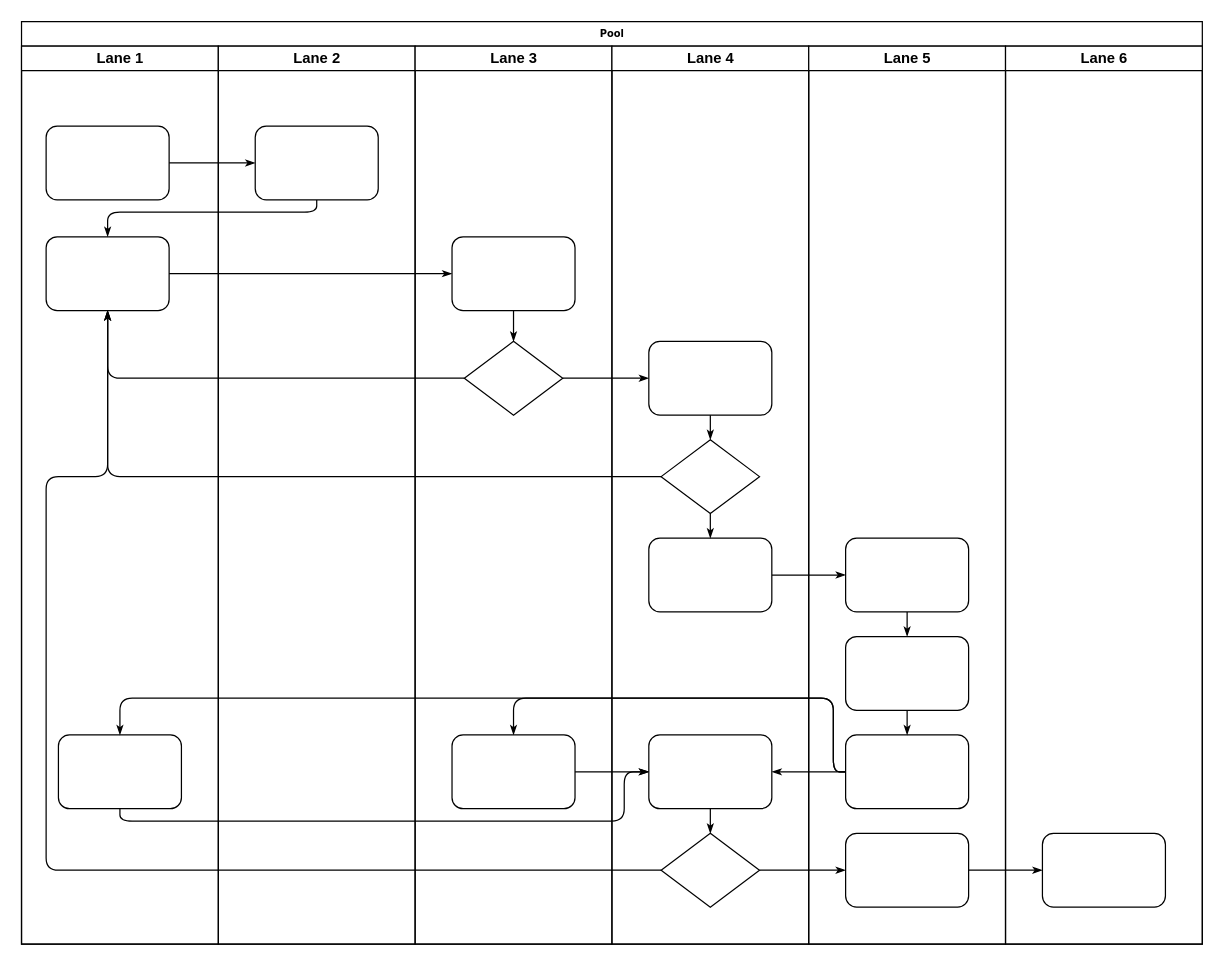
lihongliang1989/diagram keeps this draw.io diagram as 以旧换新.drawio. Above is the earlier version. Source tidied: cells renumbered, new cells numbered last; positions are measured from the earlier drawing's top-left corner, leaving out a move shared by most shapes. Both pictures are drawn from the tidied source at 123%, with x=0, y=0 at pixel (21, 21).
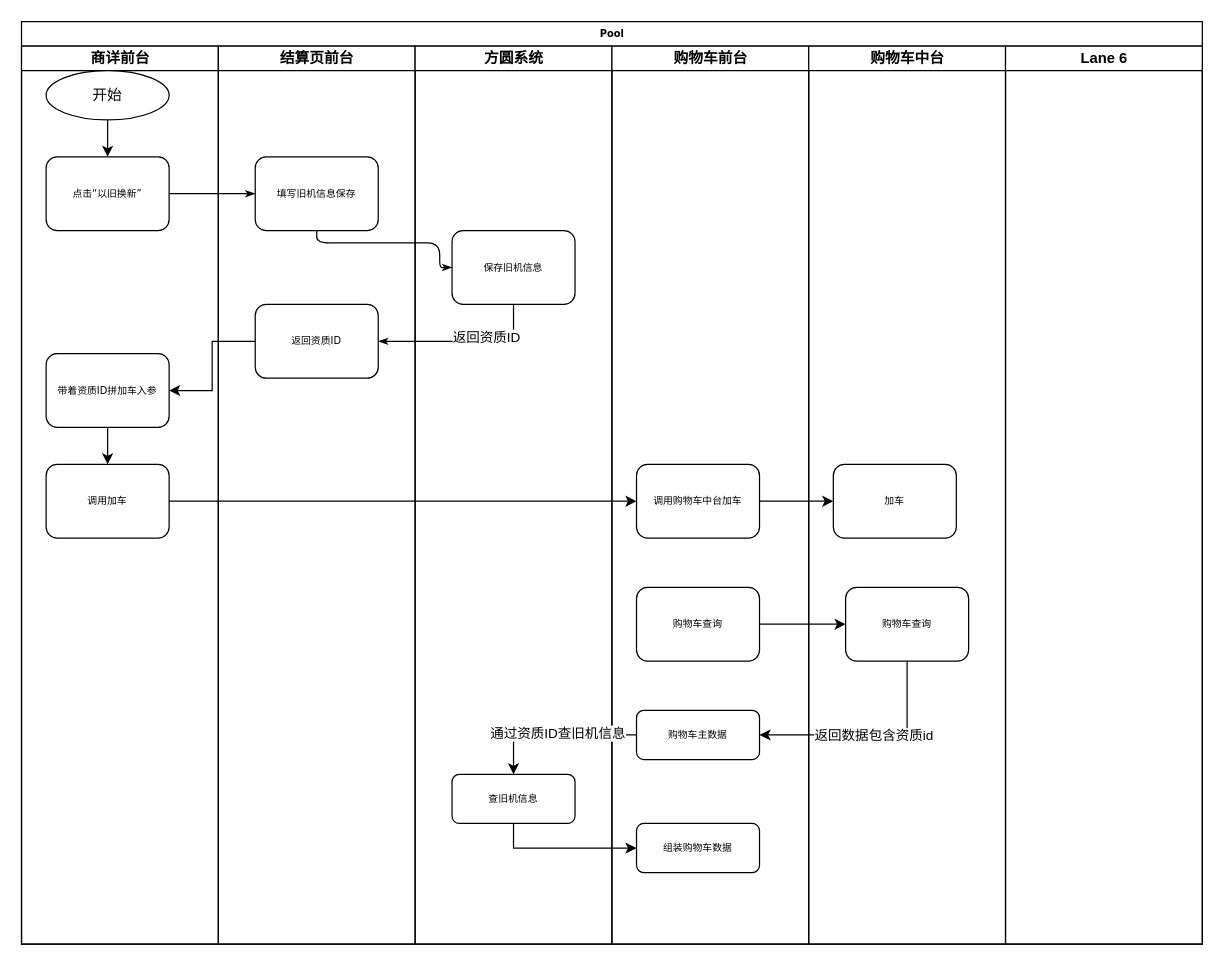
After the change.

Unchanged cells that the change refers to:
```xml
<mxCell id="2" value="Pool" style="swimlane;html=1;startSize=20;rounded=0;shadow=0;labelBackgroundColor=none;strokeWidth=1;fontFamily=Verdana;fontSize=8;align=center;" parent="1" vertex="1">
  <mxGeometry width="960" height="750" as="geometry" />
</mxCell>
<mxCell id="45" value="Lane 6" style="swimlane;html=1;startSize=20;" parent="2" vertex="1">
  <mxGeometry x="800" y="20" width="160" height="730" as="geometry" />
</mxCell>
```

What changed in the source:
```diff
@@
-    <mxCell id="3" value="Lane 1" style="swimlane;html=1;startSize=20;" parent="2" vertex="1">
+    <mxCell id="3" value="商详前台" style="swimlane;html=1;startSize=20;" parent="2" vertex="1">
       <mxGeometry y="20" width="160" height="730" as="geometry" />
     </mxCell>
-    <mxCell id="4" style="rounded=1;whiteSpace=wrap;html=1;shadow=0;labelBackgroundColor=none;strokeWidth=1;fontFamily=Verdana;fontSize=8;align=center;" parent="3" vertex="1">
-      <mxGeometry x="20" y="65" width="100" height="60" as="geometry" />
+    <mxCell id="4" value="点击“以旧换新”" style="rounded=1;whiteSpace=wrap;html=1;shadow=0;labelBackgroundColor=none;strokeWidth=1;fontFamily=Verdana;fontSize=8;align=center;" parent="3" vertex="1">
+      <mxGeometry x="20" y="90" width="100" height="60" as="geometry" />
     </mxCell>
-    <mxCell id="5" style="rounded=1;whiteSpace=wrap;html=1;shadow=0;labelBackgroundColor=none;strokeWidth=1;fontFamily=Verdana;fontSize=8;align=center;" parent="3" vertex="1">
-      <mxGeometry x="20" y="155" width="100" height="60" as="geometry" />
-    </mxCell>
-    <mxCell id="6" style="rounded=1;whiteSpace=wrap;html=1;shadow=0;labelBackgroundColor=none;strokeWidth=1;fontFamily=Verdana;fontSize=8;align=center;" parent="3" vertex="1">
-      <mxGeometry x="30" y="560" width="100" height="60" as="geometry" />
+    <mxCell id="6" value="调用加车" style="rounded=1;whiteSpace=wrap;html=1;shadow=0;labelBackgroundColor=none;strokeWidth=1;fontFamily=Verdana;fontSize=8;align=center;" parent="3" vertex="1">
+      <mxGeometry x="20" y="340" width="100" height="60" as="geometry" />
     </mxCell>
+    <mxCell id="47" style="edgeStyle=orthogonalEdgeStyle;rounded=0;jettySize=auto;html=1;entryX=0.5;entryY=0;entryDx=0;entryDy=0;" parent="3" edge="1" source="48" target="4">
+      <mxGeometry relative="1" as="geometry" />
+    </mxCell>
+    <mxCell id="48" value="开始" style="ellipse;whiteSpace=wrap;html=1;" parent="3" vertex="1">
+      <mxGeometry x="20" y="20" width="100" height="40" as="geometry" />
+    </mxCell>
+    <mxCell id="49" style="edgeStyle=orthogonalEdgeStyle;rounded=0;jettySize=auto;html=1;entryX=0.5;entryY=0;entryDx=0;entryDy=0;exitX=0.5;exitY=1;exitDx=0;exitDy=0;" parent="3" edge="1" source="50" target="6">
+      <mxGeometry relative="1" as="geometry" />
+    </mxCell>
+    <mxCell id="50" value="带着资质ID拼加车入参" style="rounded=1;whiteSpace=wrap;html=1;shadow=0;labelBackgroundColor=none;strokeWidth=1;fontFamily=Verdana;fontSize=8;align=center;" parent="3" vertex="1">
+      <mxGeometry x="20" y="250" width="100" height="60" as="geometry" />
+    </mxCell>
@@
-    <mxCell id="8" style="edgeStyle=orthogonalEdgeStyle;rounded=1;html=1;labelBackgroundColor=none;startArrow=none;startFill=0;startSize=5;endArrow=classicThin;endFill=1;endSize=5;jettySize=auto;strokeWidth=1;fontFamily=Verdana;fontSize=8;" parent="2" edge="1" source="23" target="5">
+    <mxCell id="8" style="edgeStyle=orthogonalEdgeStyle;rounded=1;html=1;labelBackgroundColor=none;startArrow=none;startFill=0;startSize=5;endArrow=classicThin;endFill=1;endSize=5;jettySize=auto;strokeWidth=1;fontFamily=Verdana;fontSize=8;entryX=0;entryY=0.5;entryDx=0;entryDy=0;" parent="2" edge="1" source="23" target="25">
       <mxGeometry relative="1" as="geometry">
         <Array as="points">
-          <mxPoint x="240" y="155" />
-          <mxPoint x="70" y="155" />
+          <mxPoint x="240" y="180" />
+          <mxPoint x="340" y="180" />
+          <mxPoint x="340" y="200" />
         </Array>
       </mxGeometry>
     </mxCell>
-    <mxCell id="9" style="edgeStyle=orthogonalEdgeStyle;rounded=1;html=1;labelBackgroundColor=none;startArrow=none;startFill=0;startSize=5;endArrow=classicThin;endFill=1;endSize=5;jettySize=auto;strokeWidth=1;fontFamily=Verdana;fontSize=8;" parent="2" edge="1" source="5" target="25">
-      <mxGeometry relative="1" as="geometry" />
-    </mxCell>
-    <mxCell id="10" style="edgeStyle=orthogonalEdgeStyle;rounded=1;html=1;labelBackgroundColor=none;startArrow=none;startFill=0;startSize=5;endArrow=classicThin;endFill=1;endSize=5;jettySize=auto;strokeWidth=1;fontFamily=Verdana;fontSize=8;" parent="2" edge="1" source="26" target="5">
-      <mxGeometry relative="1" as="geometry" />
-    </mxCell>
-    <mxCell id="11" style="edgeStyle=orthogonalEdgeStyle;rounded=1;html=1;labelBackgroundColor=none;startArrow=none;startFill=0;startSize=5;endArrow=classicThin;endFill=1;endSize=5;jettySize=auto;strokeWidth=1;fontFamily=Verdana;fontSize=8;" parent="2" edge="1" source="31" target="5">
-      <mxGeometry relative="1" as="geometry" />
-    </mxCell>
-    <mxCell id="12" style="edgeStyle=orthogonalEdgeStyle;rounded=1;html=1;labelBackgroundColor=none;startArrow=none;startFill=0;startSize=5;endArrow=classicThin;endFill=1;endSize=5;jettySize=auto;strokeWidth=1;fontFamily=Verdana;fontSize=8;" parent="2" edge="1" source="34" target="5">
-      <mxGeometry relative="1" as="geometry">
-        <Array as="points">
-          <mxPoint x="20" y="690" />
-          <mxPoint x="20" y="370" />
-          <mxPoint x="70" y="370" />
-        </Array>
-      </mxGeometry>
-    </mxCell>
-    <mxCell id="13" style="edgeStyle=orthogonalEdgeStyle;rounded=1;html=1;labelBackgroundColor=none;startArrow=none;startFill=0;startSize=5;endArrow=classicThin;endFill=1;endSize=5;jettySize=auto;strokeWidth=1;fontFamily=Verdana;fontSize=8;" parent="2" edge="1" source="26" target="30">
-      <mxGeometry relative="1" as="geometry" />
-    </mxCell>
-    <mxCell id="14" style="edgeStyle=orthogonalEdgeStyle;rounded=1;html=1;labelBackgroundColor=none;startArrow=none;startFill=0;startSize=5;endArrow=classicThin;endFill=1;endSize=5;jettySize=auto;strokeWidth=1;fontFamily=Verdana;fontSize=8;" parent="2" edge="1" source="34" target="42">
-      <mxGeometry relative="1" as="geometry" />
-    </mxCell>
-    <mxCell id="15" style="edgeStyle=orthogonalEdgeStyle;rounded=1;html=1;labelBackgroundColor=none;startArrow=none;startFill=0;startSize=5;endArrow=classicThin;endFill=1;endSize=5;jettySize=auto;strokeWidth=1;fontFamily=Verdana;fontSize=8;" parent="2" edge="1" source="42" target="46">
-      <mxGeometry relative="1" as="geometry" />
-    </mxCell>
-    <mxCell id="16" style="edgeStyle=orthogonalEdgeStyle;rounded=1;html=1;labelBackgroundColor=none;startArrow=none;startFill=0;startSize=5;endArrow=classicThin;endFill=1;endSize=5;jettySize=auto;strokeWidth=1;fontFamily=Verdana;fontSize=8;" parent="2" edge="1" source="32" target="39">
-      <mxGeometry relative="1" as="geometry" />
-    </mxCell>
-    <mxCell id="17" style="edgeStyle=orthogonalEdgeStyle;rounded=1;html=1;labelBackgroundColor=none;startArrow=none;startFill=0;startSize=5;endArrow=classicThin;endFill=1;endSize=5;jettySize=auto;strokeWidth=1;fontFamily=Verdana;fontSize=8;" parent="2" edge="1" source="41" target="27">
-      <mxGeometry relative="1" as="geometry">
-        <Array as="points">
-          <mxPoint x="660" y="610" />
-          <mxPoint x="660" y="550" />
-          <mxPoint x="400" y="550" />
-        </Array>
-      </mxGeometry>
-    </mxCell>
-    <mxCell id="18" style="edgeStyle=orthogonalEdgeStyle;rounded=1;html=1;labelBackgroundColor=none;startArrow=none;startFill=0;startSize=5;endArrow=classicThin;endFill=1;endSize=5;jettySize=auto;strokeColor=#000000;strokeWidth=1;fontFamily=Verdana;fontSize=8;fontColor=#000000;" parent="2" edge="1" source="41" target="33">
-      <mxGeometry relative="1" as="geometry" />
-    </mxCell>
-    <mxCell id="19" style="edgeStyle=orthogonalEdgeStyle;rounded=1;html=1;labelBackgroundColor=none;startArrow=none;startFill=0;startSize=5;endArrow=classicThin;endFill=1;endSize=5;jettySize=auto;strokeWidth=1;fontFamily=Verdana;fontSize=8;" parent="2" edge="1" source="41" target="6">
-      <mxGeometry relative="1" as="geometry">
-        <Array as="points">
-          <mxPoint x="660" y="610" />
-          <mxPoint x="660" y="550" />
-          <mxPoint x="80" y="550" />
-        </Array>
-      </mxGeometry>
-    </mxCell>
-    <mxCell id="20" style="edgeStyle=orthogonalEdgeStyle;rounded=1;html=1;labelBackgroundColor=none;startArrow=none;startFill=0;startSize=5;endArrow=classicThin;endFill=1;endSize=5;jettySize=auto;strokeWidth=1;fontFamily=Verdana;fontSize=8;" parent="2" edge="1" source="6" target="33">
-      <mxGeometry relative="1" as="geometry">
-        <Array as="points">
-          <mxPoint x="80" y="650" />
-          <mxPoint x="490" y="650" />
-          <mxPoint x="490" y="610" />
-        </Array>
-      </mxGeometry>
-    </mxCell>
-    <mxCell id="21" style="edgeStyle=orthogonalEdgeStyle;rounded=1;html=1;labelBackgroundColor=none;startArrow=none;startFill=0;startSize=5;endArrow=classicThin;endFill=1;endSize=5;jettySize=auto;strokeWidth=1;fontFamily=Verdana;fontSize=8;" parent="2" edge="1" source="27" target="33">
-      <mxGeometry relative="1" as="geometry" />
-    </mxCell>
-    <mxCell id="22" value="Lane 2" style="swimlane;html=1;startSize=20;" parent="2" vertex="1">
+    <mxCell id="22" value="结算页前台" style="swimlane;html=1;startSize=20;" parent="2" vertex="1">
       <mxGeometry x="160" y="20" width="160" height="730" as="geometry" />
     </mxCell>
-    <mxCell id="23" style="rounded=1;whiteSpace=wrap;html=1;shadow=0;labelBackgroundColor=none;strokeWidth=1;fontFamily=Verdana;fontSize=8;align=center;" parent="22" vertex="1">
-      <mxGeometry x="30" y="65" width="100" height="60" as="geometry" />
+    <mxCell id="23" value="填写旧机信息保存" style="rounded=1;whiteSpace=wrap;html=1;shadow=0;labelBackgroundColor=none;strokeWidth=1;fontFamily=Verdana;fontSize=8;align=center;" parent="22" vertex="1">
+      <mxGeometry x="30" y="90" width="100" height="60" as="geometry" />
     </mxCell>
+    <mxCell id="5" value="返回资质ID" style="rounded=1;whiteSpace=wrap;html=1;shadow=0;labelBackgroundColor=none;strokeWidth=1;fontFamily=Verdana;fontSize=8;align=center;" parent="22" vertex="1">
+      <mxGeometry x="30" y="210" width="100" height="60" as="geometry" />
+    </mxCell>
-    <mxCell id="24" value="Lane 3" style="swimlane;html=1;startSize=20;" parent="2" vertex="1">
+    <mxCell id="24" value="方圆系统" style="swimlane;html=1;startSize=20;" parent="2" vertex="1">
       <mxGeometry x="320" y="20" width="160" height="730" as="geometry" />
     </mxCell>
-    <mxCell id="25" style="rounded=1;whiteSpace=wrap;html=1;shadow=0;labelBackgroundColor=none;strokeWidth=1;fontFamily=Verdana;fontSize=8;align=center;" parent="24" vertex="1">
-      <mxGeometry x="30" y="155" width="100" height="60" as="geometry" />
+    <mxCell id="25" value="保存旧机信息" style="rounded=1;whiteSpace=wrap;html=1;shadow=0;labelBackgroundColor=none;strokeWidth=1;fontFamily=Verdana;fontSize=8;align=center;" parent="24" vertex="1">
+      <mxGeometry x="30" y="150" width="100" height="60" as="geometry" />
     </mxCell>
-    <mxCell id="26" style="rhombus;whiteSpace=wrap;html=1;rounded=0;shadow=0;labelBackgroundColor=none;strokeWidth=1;fontFamily=Verdana;fontSize=8;align=center;" parent="24" vertex="1">
-      <mxGeometry x="40" y="240" width="80" height="60" as="geometry" />
-    </mxCell>
-    <mxCell id="27" style="rounded=1;whiteSpace=wrap;html=1;shadow=0;labelBackgroundColor=none;strokeWidth=1;fontFamily=Verdana;fontSize=8;align=center;" parent="24" vertex="1">
-      <mxGeometry x="30" y="560" width="100" height="60" as="geometry" />
-    </mxCell>
-    <mxCell id="28" style="edgeStyle=orthogonalEdgeStyle;rounded=1;html=1;labelBackgroundColor=none;startArrow=none;startFill=0;startSize=5;endArrow=classicThin;endFill=1;endSize=5;jettySize=auto;strokeWidth=1;fontFamily=Verdana;fontSize=8;" parent="24" edge="1" source="25" target="26">
-      <mxGeometry relative="1" as="geometry" />
-    </mxCell>
+    <mxCell id="51" value="查旧机信息" style="rounded=1;whiteSpace=wrap;html=1;shadow=0;labelBackgroundColor=none;strokeWidth=1;fontFamily=Verdana;fontSize=8;align=center;" parent="24" vertex="1">
+      <mxGeometry x="30" y="592" width="100" height="40" as="geometry" />
+    </mxCell>
-    <mxCell id="29" value="Lane 4" style="swimlane;html=1;startSize=20;" parent="2" vertex="1">
+    <mxCell id="29" value="购物车前台" style="swimlane;html=1;startSize=20;" parent="2" vertex="1">
       <mxGeometry x="480" y="20" width="160" height="730" as="geometry" />
     </mxCell>
-    <mxCell id="30" style="rounded=1;whiteSpace=wrap;html=1;shadow=0;labelBackgroundColor=none;strokeWidth=1;fontFamily=Verdana;fontSize=8;align=center;" parent="29" vertex="1">
-      <mxGeometry x="30" y="240" width="100" height="60" as="geometry" />
-    </mxCell>
-    <mxCell id="31" style="rhombus;whiteSpace=wrap;html=1;rounded=0;shadow=0;labelBackgroundColor=none;strokeWidth=1;fontFamily=Verdana;fontSize=8;align=center;" parent="29" vertex="1">
-      <mxGeometry x="40" y="320" width="80" height="60" as="geometry" />
-    </mxCell>
-    <mxCell id="32" style="rounded=1;whiteSpace=wrap;html=1;shadow=0;labelBackgroundColor=none;strokeWidth=1;fontFamily=Verdana;fontSize=8;align=center;" parent="29" vertex="1">
-      <mxGeometry x="30" y="400" width="100" height="60" as="geometry" />
-    </mxCell>
-    <mxCell id="33" style="rounded=1;whiteSpace=wrap;html=1;shadow=0;labelBackgroundColor=none;strokeWidth=1;fontFamily=Verdana;fontSize=8;align=center;" parent="29" vertex="1">
-      <mxGeometry x="30" y="560" width="100" height="60" as="geometry" />
+    <mxCell id="33" value="调用购物车中台加车" style="rounded=1;whiteSpace=wrap;html=1;shadow=0;labelBackgroundColor=none;strokeWidth=1;fontFamily=Verdana;fontSize=8;align=center;" parent="29" vertex="1">
+      <mxGeometry x="20" y="340" width="100" height="60" as="geometry" />
     </mxCell>
-    <mxCell id="34" style="rhombus;whiteSpace=wrap;html=1;rounded=0;shadow=0;labelBackgroundColor=none;strokeWidth=1;fontFamily=Verdana;fontSize=8;align=center;" parent="29" vertex="1">
-      <mxGeometry x="40" y="640" width="80" height="60" as="geometry" />
-    </mxCell>
-    <mxCell id="35" style="edgeStyle=orthogonalEdgeStyle;rounded=1;html=1;labelBackgroundColor=none;startArrow=none;startFill=0;startSize=5;endArrow=classicThin;endFill=1;endSize=5;jettySize=auto;strokeColor=#000000;strokeWidth=1;fontFamily=Verdana;fontSize=8;fontColor=#000000;" parent="29" edge="1" source="30" target="31">
-      <mxGeometry relative="1" as="geometry" />
-    </mxCell>
-    <mxCell id="36" style="edgeStyle=orthogonalEdgeStyle;rounded=1;html=1;labelBackgroundColor=none;startArrow=none;startFill=0;startSize=5;endArrow=classicThin;endFill=1;endSize=5;jettySize=auto;strokeWidth=1;fontFamily=Verdana;fontSize=8;" parent="29" edge="1" source="31" target="32">
-      <mxGeometry relative="1" as="geometry" />
-    </mxCell>
-    <mxCell id="37" style="edgeStyle=orthogonalEdgeStyle;rounded=1;html=1;labelBackgroundColor=none;startArrow=none;startFill=0;startSize=5;endArrow=classicThin;endFill=1;endSize=5;jettySize=auto;strokeWidth=1;fontFamily=Verdana;fontSize=8;" parent="29" edge="1" source="33" target="34">
-      <mxGeometry relative="1" as="geometry" />
-    </mxCell>
+    <mxCell id="52" value="购物车查询" style="rounded=1;whiteSpace=wrap;html=1;shadow=0;labelBackgroundColor=none;strokeWidth=1;fontFamily=Verdana;fontSize=8;align=center;" parent="29" vertex="1">
+      <mxGeometry x="20" y="440" width="100" height="60" as="geometry" />
+    </mxCell>
+    <mxCell id="53" value="购物车主数据" style="rounded=1;whiteSpace=wrap;html=1;shadow=0;labelBackgroundColor=none;strokeWidth=1;fontFamily=Verdana;fontSize=8;align=center;" parent="29" vertex="1">
+      <mxGeometry x="20" y="540" width="100" height="40" as="geometry" />
+    </mxCell>
+    <mxCell id="54" value="组装购物车数据" style="rounded=1;whiteSpace=wrap;html=1;shadow=0;labelBackgroundColor=none;strokeWidth=1;fontFamily=Verdana;fontSize=8;align=center;" parent="29" vertex="1">
+      <mxGeometry x="20" y="632" width="100" height="40" as="geometry" />
+    </mxCell>
-    <mxCell id="38" value="Lane 5" style="swimlane;html=1;startSize=20;" parent="2" vertex="1">
+    <mxCell id="38" value="购物车中台" style="swimlane;html=1;startSize=20;" parent="2" vertex="1">
       <mxGeometry x="640" y="20" width="160" height="730" as="geometry" />
     </mxCell>
-    <mxCell id="39" style="rounded=1;whiteSpace=wrap;html=1;shadow=0;labelBackgroundColor=none;strokeWidth=1;fontFamily=Verdana;fontSize=8;align=center;" parent="38" vertex="1">
-      <mxGeometry x="30" y="400" width="100" height="60" as="geometry" />
-    </mxCell>
-    <mxCell id="40" style="rounded=1;whiteSpace=wrap;html=1;shadow=0;labelBackgroundColor=none;strokeWidth=1;fontFamily=Verdana;fontSize=8;align=center;" parent="38" vertex="1">
-      <mxGeometry x="30" y="480" width="100" height="60" as="geometry" />
+    <mxCell id="40" value="加车" style="rounded=1;whiteSpace=wrap;html=1;shadow=0;labelBackgroundColor=none;strokeWidth=1;fontFamily=Verdana;fontSize=8;align=center;" parent="38" vertex="1">
+      <mxGeometry x="20" y="340" width="100" height="60" as="geometry" />
     </mxCell>
-    <mxCell id="41" style="rounded=1;whiteSpace=wrap;html=1;shadow=0;labelBackgroundColor=none;strokeWidth=1;fontFamily=Verdana;fontSize=8;align=center;" parent="38" vertex="1">
-      <mxGeometry x="30" y="560" width="100" height="60" as="geometry" />
+    <mxCell id="41" value="购物车查询" style="rounded=1;whiteSpace=wrap;html=1;shadow=0;labelBackgroundColor=none;strokeWidth=1;fontFamily=Verdana;fontSize=8;align=center;" parent="38" vertex="1">
+      <mxGeometry x="30" y="440" width="100" height="60" as="geometry" />
     </mxCell>
-    <mxCell id="42" style="rounded=1;whiteSpace=wrap;html=1;shadow=0;labelBackgroundColor=none;strokeWidth=1;fontFamily=Verdana;fontSize=8;align=center;" parent="38" vertex="1">
-      <mxGeometry x="30" y="640" width="100" height="60" as="geometry" />
-    </mxCell>
-    <mxCell id="43" style="edgeStyle=orthogonalEdgeStyle;rounded=1;html=1;labelBackgroundColor=none;startArrow=none;startFill=0;startSize=5;endArrow=classicThin;endFill=1;endSize=5;jettySize=auto;strokeWidth=1;fontFamily=Verdana;fontSize=8;" parent="38" edge="1" source="39" target="40">
-      <mxGeometry relative="1" as="geometry" />
-    </mxCell>
-    <mxCell id="44" style="edgeStyle=orthogonalEdgeStyle;rounded=1;html=1;labelBackgroundColor=none;startArrow=none;startFill=0;startSize=5;endArrow=classicThin;endFill=1;endSize=5;jettySize=auto;strokeWidth=1;fontFamily=Verdana;fontSize=8;" parent="38" edge="1" source="40" target="41">
-      <mxGeometry relative="1" as="geometry" />
-    </mxCell>
+    <mxCell id="55" style="edgeStyle=orthogonalEdgeStyle;rounded=0;jettySize=auto;html=1;entryX=0;entryY=0.5;entryDx=0;entryDy=0;" parent="2" edge="1" source="52" target="41">
+      <mxGeometry relative="1" as="geometry" />
+    </mxCell>
@@
-    <mxCell id="46" style="rounded=1;whiteSpace=wrap;html=1;shadow=0;labelBackgroundColor=none;strokeWidth=1;fontFamily=Verdana;fontSize=8;align=center;" parent="45" vertex="1">
-      <mxGeometry x="30" y="640" width="100" height="60" as="geometry" />
-    </mxCell>
+    <mxCell id="28" style="edgeStyle=orthogonalEdgeStyle;rounded=1;html=1;labelBackgroundColor=none;startArrow=none;startFill=0;startSize=5;endArrow=classicThin;endFill=1;endSize=5;jettySize=auto;strokeWidth=1;fontFamily=Verdana;fontSize=8;entryX=1;entryY=0.5;entryDx=0;entryDy=0;exitX=0.5;exitY=1;exitDx=0;exitDy=0;" parent="2" edge="1" source="25" target="5">
+      <mxGeometry relative="1" as="geometry" />
+    </mxCell>
+    <mxCell id="56" value="返回资质ID" style="edgeLabel;html=1;align=center;verticalAlign=middle;" parent="28" vertex="1">
+      <mxGeometry x="-0.25" y="-4" relative="1" as="geometry" />
+    </mxCell>
+    <mxCell id="57" style="edgeStyle=orthogonalEdgeStyle;rounded=0;jettySize=auto;html=1;" parent="2" edge="1" source="5" target="50">
+      <mxGeometry relative="1" as="geometry" />
+    </mxCell>
+    <mxCell id="20" style="edgeStyle=orthogonalEdgeStyle;rounded=0;jettySize=auto;html=1;entryX=0;entryY=0.5;entryDx=0;entryDy=0;" parent="2" edge="1" source="6" target="33">
+      <mxGeometry relative="1" as="geometry" />
+    </mxCell>
+    <mxCell id="58" style="edgeStyle=orthogonalEdgeStyle;rounded=0;jettySize=auto;html=1;" parent="2" edge="1" source="33" target="40">
+      <mxGeometry relative="1" as="geometry" />
+    </mxCell>
+    <mxCell id="59" style="edgeStyle=orthogonalEdgeStyle;rounded=0;jettySize=auto;html=1;entryX=1;entryY=0.5;entryDx=0;entryDy=0;" parent="2" edge="1" source="41" target="53">
+      <mxGeometry relative="1" as="geometry">
+        <Array as="points">
+          <mxPoint x="720" y="580" />
+        </Array>
+      </mxGeometry>
+    </mxCell>
+    <mxCell id="60" value="返回数据包含资质id" style="edgeLabel;html=1;align=center;verticalAlign=middle;" parent="59" vertex="1">
+      <mxGeometry x="-0.02" relative="1" as="geometry" />
+    </mxCell>
+    <mxCell id="61" style="edgeStyle=orthogonalEdgeStyle;rounded=0;jettySize=auto;html=1;entryX=0.5;entryY=0;entryDx=0;entryDy=0;" parent="2" edge="1" source="53" target="51">
+      <mxGeometry relative="1" as="geometry" />
+    </mxCell>
+    <mxCell id="62" value="通过资质ID查旧机信息" style="edgeLabel;html=1;align=center;verticalAlign=middle;" parent="61" vertex="1">
+      <mxGeometry x="-0.01" y="-2" relative="1" as="geometry" />
+    </mxCell>
+    <mxCell id="63" style="edgeStyle=orthogonalEdgeStyle;rounded=0;jettySize=auto;html=1;entryX=0;entryY=0.5;entryDx=0;entryDy=0;exitX=0.5;exitY=1;exitDx=0;exitDy=0;" parent="2" edge="1" source="51" target="54">
+      <mxGeometry relative="1" as="geometry" />
+    </mxCell>
```
